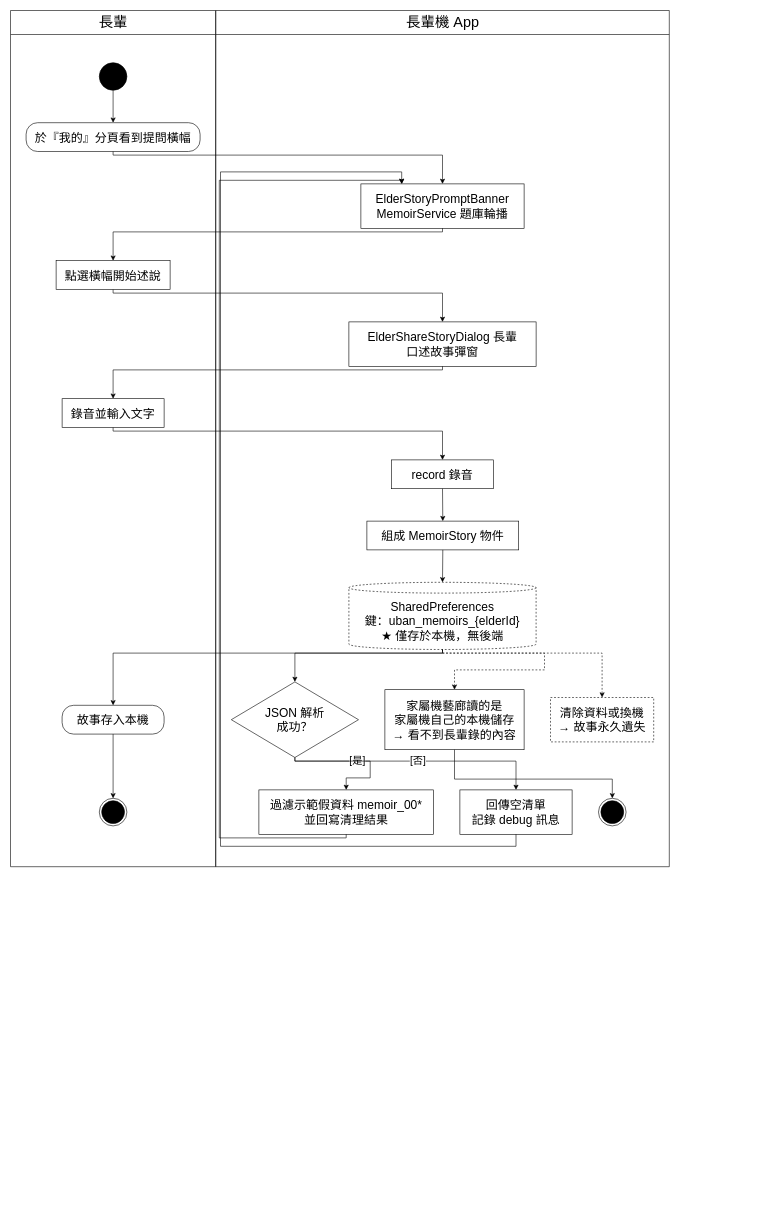
Above: Uban System Documents/drawio圖/A12-生命回顧（長輩）.drawio in HuangYu-Kai/Uban (draw.io), before the change. Source tidied: cells renumbered, new cells numbered last; positions are measured from the earlier drawing's top-left corner, leaving out a move shared by most shapes. Both pictures are drawn from the tidied source at 60%, with x=0, y=0 at pixel (10, 10).
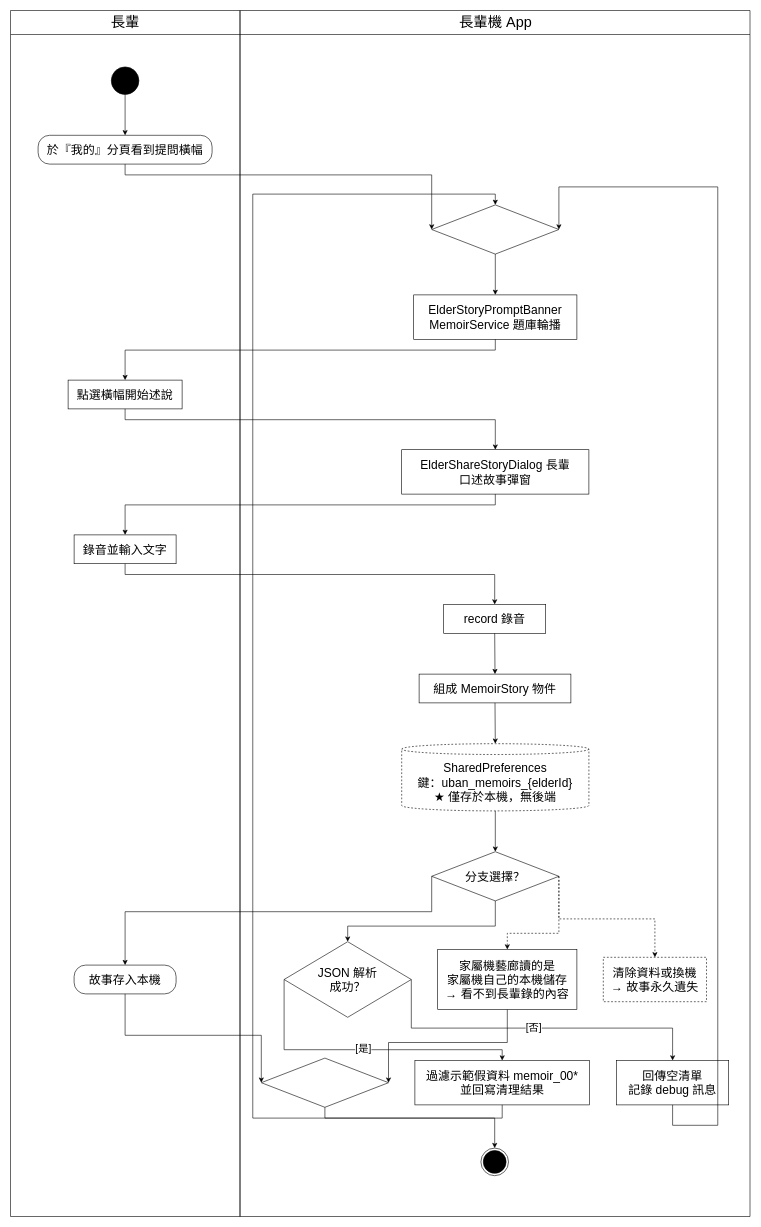
After the change.

The edit, as a diff of the source:
```diff
@@
     <mxCell id="2" value="長輩" style="swimlane;html=1;horizontal=1;startSize=40;fillColor=none;strokeColor=#000000;fontSize=24;fontColor=#000000;fontStyle=0;swimlaneFillColor=none;" parent="1" vertex="1">
-      <mxGeometry width="342" height="1427" as="geometry" />
+      <mxGeometry width="382.5" height="2010" as="geometry" />
     </mxCell>
     <mxCell id="3" value="長輩機 App" style="swimlane;html=1;horizontal=1;startSize=40;fillColor=none;strokeColor=#000000;fontSize=24;fontColor=#000000;fontStyle=0;swimlaneFillColor=none;" parent="1" vertex="1">
-      <mxGeometry x="342" width="756" height="1427" as="geometry" />
+      <mxGeometry x="382.5" width="850" height="2010" as="geometry" />
     </mxCell>
     <mxCell id="4" style="ellipse;html=1;fillColor=#000000;strokeColor=#000000;" parent="2" vertex="1">
-      <mxGeometry x="148" y="87" width="46" height="46" as="geometry" />
+      <mxGeometry x="168" y="94" width="46" height="46" as="geometry" />
     </mxCell>
     <mxCell id="5" value="於『我的』分頁看到提問橫幅" style="rounded=1;arcSize=40;whiteSpace=wrap;html=1;fillColor=#FFFFFF;strokeColor=#000000;fontSize=20;fontColor=#000000;" parent="2" vertex="1">
-      <mxGeometry x="26" y="187" width="290" height="48" as="geometry" />
+      <mxGeometry x="46" y="208" width="290" height="48" as="geometry" />
     </mxCell>
     <mxCell id="6" value="點選橫幅開始述說" style="rounded=0;whiteSpace=wrap;html=1;fillColor=#FFFFFF;strokeColor=#000000;fontSize=20;fontColor=#000000;" parent="2" vertex="1">
-      <mxGeometry x="76" y="417" width="190" height="48" as="geometry" />
+      <mxGeometry x="96" y="616" width="190" height="48" as="geometry" />
     </mxCell>
     <mxCell id="7" value="錄音並輸入文字" style="rounded=0;whiteSpace=wrap;html=1;fillColor=#FFFFFF;strokeColor=#000000;fontSize=20;fontColor=#000000;" parent="2" vertex="1">
-      <mxGeometry x="86" y="647" width="170" height="48" as="geometry" />
+      <mxGeometry x="106" y="874" width="170" height="48" as="geometry" />
     </mxCell>
     <mxCell id="8" value="故事存入本機" style="rounded=1;arcSize=40;whiteSpace=wrap;html=1;fillColor=#FFFFFF;strokeColor=#000000;fontSize=20;fontColor=#000000;" parent="2" vertex="1">
-      <mxGeometry x="86" y="1158" width="170" height="48" as="geometry" />
+      <mxGeometry x="106" y="1591" width="170" height="48" as="geometry" />
     </mxCell>
-    <mxCell id="9" style="ellipse;html=1;shape=endState;fillColor=#000000;strokeColor=#000000;" parent="2" vertex="1">
-      <mxGeometry x="148" y="1313" width="46" height="46" as="geometry" />
-    </mxCell>
     <mxCell id="10" value="ElderStoryPromptBanner&lt;br&gt;MemoirService 題庫輪播" style="rounded=0;whiteSpace=wrap;html=1;fillColor=#FFFFFF;strokeColor=#000000;fontSize=20;fontColor=#000000;" parent="3" vertex="1">
-      <mxGeometry x="242" y="289" width="272" height="74" as="geometry" />
+      <mxGeometry x="289.5" y="474" width="272" height="74" as="geometry" />
     </mxCell>
     <mxCell id="11" value="ElderShareStoryDialog 長輩&lt;br&gt;口述故事彈窗" style="rounded=0;whiteSpace=wrap;html=1;fillColor=#FFFFFF;strokeColor=#000000;fontSize=20;fontColor=#000000;" parent="3" vertex="1">
-      <mxGeometry x="222" y="519" width="312" height="74" as="geometry" />
+      <mxGeometry x="269.5" y="732" width="312" height="74" as="geometry" />
     </mxCell>
     <mxCell id="12" value="record 錄音" style="rounded=0;whiteSpace=wrap;html=1;fillColor=#FFFFFF;strokeColor=#000000;fontSize=20;fontColor=#000000;" parent="3" vertex="1">
-      <mxGeometry x="293" y="749" width="170" height="48" as="geometry" />
+      <mxGeometry x="339.5" y="990" width="170" height="48" as="geometry" />
     </mxCell>
     <mxCell id="13" value="組成 MemoirStory 物件" style="rounded=0;whiteSpace=wrap;html=1;fillColor=#FFFFFF;strokeColor=#000000;fontSize=20;fontColor=#000000;" parent="3" vertex="1">
-      <mxGeometry x="252" y="851" width="253" height="48" as="geometry" />
+      <mxGeometry x="298.5" y="1106" width="253" height="48" as="geometry" />
     </mxCell>
     <mxCell id="14" value="過濾示範假資料 memoir_00*&lt;br&gt;並回寫清理結果" style="rounded=0;whiteSpace=wrap;html=1;fillColor=#FFFFFF;strokeColor=#000000;fontSize=20;fontColor=#000000;" parent="3" vertex="1">
-      <mxGeometry x="72" y="1299" width="291" height="74" as="geometry" />
+      <mxGeometry x="291.5" y="1750" width="291" height="74" as="geometry" />
     </mxCell>
     <mxCell id="15" value="JSON 解析&lt;br&gt;成功？" style="rhombus;whiteSpace=wrap;html=1;fillColor=#FFFFFF;strokeColor=#000000;fontSize=20;fontColor=#000000;" parent="3" vertex="1">
-      <mxGeometry x="26" y="1119" width="212" height="126" as="geometry" />
+      <mxGeometry x="73.5" y="1552" width="212" height="126" as="geometry" />
     </mxCell>
     <mxCell id="16" value="回傳空清單&lt;br&gt;記錄 debug 訊息" style="rounded=0;whiteSpace=wrap;html=1;fillColor=#FFFFFF;strokeColor=#000000;fontSize=20;fontColor=#000000;" parent="3" vertex="1">
-      <mxGeometry x="407" y="1299" width="187" height="74" as="geometry" />
+      <mxGeometry x="627.5" y="1750" width="187" height="74" as="geometry" />
     </mxCell>
     <mxCell id="17" value="SharedPreferences&lt;br&gt;鍵：uban_memoirs_{elderId}&lt;br&gt;★ 僅存於本機，無後端" style="shape=cylinder3;boundedLbl=1;backgroundOutline=1;size=9;whiteSpace=wrap;html=1;fillColor=#FFFFFF;strokeColor=#000000;fontSize=20;fontColor=#000000;dashed=1;" parent="3" vertex="1">
-      <mxGeometry x="222" y="953" width="312" height="112" as="geometry" />
+      <mxGeometry x="269.5" y="1222" width="312" height="112" as="geometry" />
     </mxCell>
     <mxCell id="18" value="家屬機藝廊讀的是&lt;br&gt;家屬機自己的本機儲存&lt;br&gt;→ 看不到長輩錄的內容" style="rounded=0;whiteSpace=wrap;html=1;fillColor=#FFFFFF;strokeColor=#000000;fontSize=20;fontColor=#000000;" parent="3" vertex="1">
-      <mxGeometry x="282" y="1132" width="232" height="100" as="geometry" />
+      <mxGeometry x="329.5" y="1565" width="232" height="100" as="geometry" />
     </mxCell>
-    <mxCell id="19" style="ellipse;html=1;shape=endState;fillColor=#000000;strokeColor=#000000;" parent="3" vertex="1">
-      <mxGeometry x="638" y="1313" width="46" height="46" as="geometry" />
-    </mxCell>
     <mxCell id="20" value="清除資料或換機&lt;br&gt;→ 故事永久遺失" style="rounded=0;whiteSpace=wrap;html=1;fillColor=#FFFFFF;strokeColor=#000000;fontSize=20;fontColor=#000000;dashed=1;" parent="3" vertex="1">
-      <mxGeometry x="558" y="1145" width="172" height="74" as="geometry" />
+      <mxGeometry x="605.5" y="1578" width="172" height="74" as="geometry" />
     </mxCell>
+    <mxCell id="39" value="分支選擇？" style="rhombus;whiteSpace=wrap;html=1;fillColor=#FFFFFF;strokeColor=#000000;fontSize=20;fontColor=#000000;" parent="3" vertex="1">
+      <mxGeometry x="319.5" y="1402" width="212" height="82" as="geometry" />
+    </mxCell>
+    <mxCell id="40" style="rhombus;whiteSpace=wrap;html=1;fillColor=#FFFFFF;strokeColor=#000000;fontSize=20;fontColor=#000000;" parent="3" vertex="1">
+      <mxGeometry x="319.5" y="324" width="212" height="82" as="geometry" />
+    </mxCell>
+    <mxCell id="41" style="rhombus;whiteSpace=wrap;html=1;fillColor=#FFFFFF;strokeColor=#000000;fontSize=20;fontColor=#000000;" parent="3" vertex="1">
+      <mxGeometry x="35.5" y="1746" width="212" height="82" as="geometry" />
+    </mxCell>
+    <mxCell id="42" style="ellipse;html=1;shape=endState;fillColor=#000000;strokeColor=#000000;" parent="3" vertex="1">
+      <mxGeometry x="401.5" y="1896" width="46" height="46" as="geometry" />
+    </mxCell>
@@
-    <mxCell id="22" style="edgeStyle=none;rounded=0;html=1;strokeColor=#000000;fontSize=17;fontColor=#000000;labelBackgroundColor=#FFFFFF;endArrow=classic;endFill=1;exitPerimeter=0;entryPerimeter=0;exitX=0.5;exitY=1;exitDx=0;exitDy=0;entryX=0.5;entryY=0;entryDx=0;entryDy=0;" parent="1" edge="1" source="5" target="10">
+    <mxCell id="22" style="edgeStyle=none;rounded=0;html=1;strokeColor=#000000;fontSize=17;fontColor=#000000;labelBackgroundColor=#FFFFFF;endArrow=classic;endFill=1;exitPerimeter=0;entryPerimeter=0;exitX=0.5;exitY=1;exitDx=0;exitDy=0;entryX=0;entryY=0.5;entryDx=0;entryDy=0;" parent="1" edge="1" source="5" target="40">
       <mxGeometry relative="1" as="geometry">
         <Array as="points">
-          <mxPoint x="171" y="241" />
-          <mxPoint x="720" y="241" />
+          <mxPoint x="191" y="274" />
+          <mxPoint x="702" y="274" />
         </Array>
       </mxGeometry>
     </mxCell>
     <mxCell id="23" style="edgeStyle=none;rounded=0;html=1;strokeColor=#000000;fontSize=17;fontColor=#000000;labelBackgroundColor=#FFFFFF;endArrow=classic;endFill=1;exitPerimeter=0;entryPerimeter=0;exitX=0.5;exitY=1;exitDx=0;exitDy=0;entryX=0.5;entryY=0;entryDx=0;entryDy=0;" parent="1" edge="1" source="10" target="6">
       <mxGeometry relative="1" as="geometry">
         <Array as="points">
-          <mxPoint x="720" y="369" />
-          <mxPoint x="171" y="369" />
+          <mxPoint x="808" y="566" />
+          <mxPoint x="191" y="566" />
         </Array>
       </mxGeometry>
     </mxCell>
     <mxCell id="24" style="edgeStyle=none;rounded=0;html=1;strokeColor=#000000;fontSize=17;fontColor=#000000;labelBackgroundColor=#FFFFFF;endArrow=classic;endFill=1;exitPerimeter=0;entryPerimeter=0;exitX=0.5;exitY=1;exitDx=0;exitDy=0;entryX=0.5;entryY=0;entryDx=0;entryDy=0;" parent="1" edge="1" source="6" target="11">
       <mxGeometry relative="1" as="geometry">
         <Array as="points">
-          <mxPoint x="171" y="471" />
-          <mxPoint x="720" y="471" />
+          <mxPoint x="191" y="682" />
+          <mxPoint x="808" y="682" />
         </Array>
       </mxGeometry>
     </mxCell>
     <mxCell id="25" style="edgeStyle=none;rounded=0;html=1;strokeColor=#000000;fontSize=17;fontColor=#000000;labelBackgroundColor=#FFFFFF;endArrow=classic;endFill=1;exitPerimeter=0;entryPerimeter=0;exitX=0.5;exitY=1;exitDx=0;exitDy=0;entryX=0.5;entryY=0;entryDx=0;entryDy=0;" parent="1" edge="1" source="11" target="7">
       <mxGeometry relative="1" as="geometry">
         <Array as="points">
-          <mxPoint x="720" y="599" />
-          <mxPoint x="171" y="599" />
+          <mxPoint x="808" y="824" />
+          <mxPoint x="191" y="824" />
         </Array>
       </mxGeometry>
     </mxCell>
     <mxCell id="26" style="edgeStyle=none;rounded=0;html=1;strokeColor=#000000;fontSize=17;fontColor=#000000;labelBackgroundColor=#FFFFFF;endArrow=classic;endFill=1;exitPerimeter=0;entryPerimeter=0;exitX=0.5;exitY=1;exitDx=0;exitDy=0;entryX=0.5;entryY=0;entryDx=0;entryDy=0;" parent="1" edge="1" source="7" target="12">
       <mxGeometry relative="1" as="geometry">
         <Array as="points">
-          <mxPoint x="171" y="701" />
-          <mxPoint x="720" y="701" />
+          <mxPoint x="191" y="940" />
+          <mxPoint x="807" y="940" />
         </Array>
       </mxGeometry>
     </mxCell>
@@
-    <mxCell id="29" style="edgeStyle=none;rounded=0;html=1;strokeColor=#000000;fontSize=17;fontColor=#000000;labelBackgroundColor=#FFFFFF;endArrow=classic;endFill=1;exitPerimeter=0;entryPerimeter=0;exitX=0.5;exitY=1;exitDx=0;exitDy=0;entryX=0.5;entryY=0;entryDx=0;entryDy=0;" parent="1" edge="1" source="17" target="8">
+    <mxCell id="29" style="edgeStyle=none;rounded=0;html=1;strokeColor=#000000;fontSize=17;fontColor=#000000;labelBackgroundColor=#FFFFFF;endArrow=classic;endFill=1;exitPerimeter=0;entryPerimeter=0;exitX=0;exitY=0.5;exitDx=0;exitDy=0;entryX=0.5;entryY=0;entryDx=0;entryDy=0;" parent="1" edge="1" source="39" target="8">
       <mxGeometry relative="1" as="geometry">
         <Array as="points">
-          <mxPoint x="720" y="1071" />
-          <mxPoint x="171" y="1071" />
+          <mxPoint x="702" y="1502" />
+          <mxPoint x="191" y="1502" />
         </Array>
       </mxGeometry>
     </mxCell>
-    <mxCell id="30" style="edgeStyle=none;rounded=0;html=1;strokeColor=#000000;fontSize=17;fontColor=#000000;labelBackgroundColor=#FFFFFF;endArrow=classic;endFill=1;exitPerimeter=0;entryPerimeter=0;exitX=0.5;exitY=1;exitDx=0;exitDy=0;entryX=0.5;entryY=0;entryDx=0;entryDy=0;" parent="1" edge="1" source="17" target="15">
+    <mxCell id="30" style="edgeStyle=none;rounded=0;html=1;strokeColor=#000000;fontSize=17;fontColor=#000000;labelBackgroundColor=#FFFFFF;endArrow=classic;endFill=1;exitPerimeter=0;entryPerimeter=0;exitX=0.5;exitY=1;exitDx=0;exitDy=0;entryX=0.5;entryY=0;entryDx=0;entryDy=0;" parent="1" edge="1" source="39" target="15">
       <mxGeometry relative="1" as="geometry">
         <Array as="points">
-          <mxPoint x="720" y="1071" />
-          <mxPoint x="474" y="1071" />
+          <mxPoint x="808" y="1526" />
+          <mxPoint x="562" y="1526" />
         </Array>
       </mxGeometry>
     </mxCell>
-    <mxCell id="31" value="[是]" style="edgeStyle=none;rounded=0;html=1;strokeColor=#000000;fontSize=17;fontColor=#000000;labelBackgroundColor=#FFFFFF;endArrow=classic;endFill=1;exitPerimeter=0;entryPerimeter=0;exitX=0.5;exitY=1;exitDx=0;exitDy=0;entryX=0.5;entryY=0;entryDx=0;entryDy=0;" parent="1" edge="1" source="15" target="14">
+    <mxCell id="31" value="[是]" style="edgeStyle=none;rounded=0;html=1;strokeColor=#000000;fontSize=17;fontColor=#000000;labelBackgroundColor=#FFFFFF;endArrow=classic;endFill=1;exitPerimeter=0;entryPerimeter=0;exitX=0;exitY=0.5;exitDx=0;exitDy=0;entryX=0.5;entryY=0;entryDx=0;entryDy=0;" parent="1" edge="1" source="15" target="14">
       <mxGeometry relative="1" as="geometry">
         <Array as="points">
-          <mxPoint x="474" y="1251" />
-          <mxPoint x="599.5" y="1251" />
-          <mxPoint x="599.5" y="1279" />
-          <mxPoint x="559.5" y="1279" />
+          <mxPoint x="456" y="1732" />
+          <mxPoint x="819.5" y="1732" />
         </Array>
       </mxGeometry>
     </mxCell>
-    <mxCell id="32" style="edgeStyle=none;rounded=0;html=1;strokeColor=#000000;fontSize=17;fontColor=#000000;labelBackgroundColor=#FFFFFF;endArrow=classic;endFill=1;exitPerimeter=0;entryPerimeter=0;exitX=0.5;exitY=1;exitDx=0;exitDy=0;entryX=0.25;entryY=0;entryDx=0;entryDy=0;" parent="1" edge="1" source="14" target="10">
+    <mxCell id="32" style="edgeStyle=none;rounded=0;html=1;strokeColor=#000000;fontSize=17;fontColor=#000000;labelBackgroundColor=#FFFFFF;endArrow=classic;endFill=1;exitPerimeter=0;entryPerimeter=0;exitX=0.5;exitY=1;exitDx=0;exitDy=0;entryX=0.5;entryY=0;entryDx=0;entryDy=0;" parent="1" edge="1" source="14" target="40">
       <mxGeometry relative="1" as="geometry">
         <Array as="points">
-          <mxPoint x="559.5" y="1379" />
-          <mxPoint x="348" y="1379" />
-          <mxPoint x="348" y="283" />
-          <mxPoint x="652" y="283" />
+          <mxPoint x="819.5" y="1846" />
+          <mxPoint x="403.8" y="1846" />
+          <mxPoint x="403.8" y="306" />
+          <mxPoint x="808" y="306" />
         </Array>
       </mxGeometry>
     </mxCell>
-    <mxCell id="33" value="[否]" style="edgeStyle=none;rounded=0;html=1;strokeColor=#000000;fontSize=17;fontColor=#000000;labelBackgroundColor=#FFFFFF;endArrow=classic;endFill=1;exitPerimeter=0;entryPerimeter=0;exitX=0.5;exitY=1;exitDx=0;exitDy=0;entryX=0.5;entryY=0;entryDx=0;entryDy=0;" parent="1" edge="1" source="15" target="16">
+    <mxCell id="33" value="[否]" style="edgeStyle=none;rounded=0;html=1;strokeColor=#000000;fontSize=17;fontColor=#000000;labelBackgroundColor=#FFFFFF;endArrow=classic;endFill=1;exitPerimeter=0;entryPerimeter=0;exitX=1;exitY=0.5;exitDx=0;exitDy=0;entryX=0.5;entryY=0;entryDx=0;entryDy=0;" parent="1" edge="1" source="15" target="16">
       <mxGeometry relative="1" as="geometry">
         <Array as="points">
-          <mxPoint x="474" y="1251" />
-          <mxPoint x="842.5" y="1251" />
+          <mxPoint x="668" y="1696" />
+          <mxPoint x="1103.5" y="1696" />
         </Array>
       </mxGeometry>
     </mxCell>
-    <mxCell id="34" style="edgeStyle=none;rounded=0;html=1;strokeColor=#000000;fontSize=17;fontColor=#000000;labelBackgroundColor=#FFFFFF;endArrow=classic;endFill=1;exitPerimeter=0;entryPerimeter=0;exitX=0.5;exitY=1;exitDx=0;exitDy=0;entryX=0.25;entryY=0;entryDx=0;entryDy=0;" parent="1" edge="1" source="16" target="10">
+    <mxCell id="34" style="edgeStyle=none;rounded=0;html=1;strokeColor=#000000;fontSize=17;fontColor=#000000;labelBackgroundColor=#FFFFFF;endArrow=classic;endFill=1;exitPerimeter=0;entryPerimeter=0;exitX=0.5;exitY=1;exitDx=0;exitDy=0;entryX=1;entryY=0.5;entryDx=0;entryDy=0;" parent="1" edge="1" source="16" target="40">
       <mxGeometry relative="1" as="geometry">
         <Array as="points">
-          <mxPoint x="842.5" y="1393" />
-          <mxPoint x="350" y="1393" />
-          <mxPoint x="350" y="269" />
-          <mxPoint x="652" y="269" />
+          <mxPoint x="1103.5" y="1858" />
+          <mxPoint x="1178.8" y="1858" />
+          <mxPoint x="1178.8" y="294" />
+          <mxPoint x="914" y="294" />
         </Array>
       </mxGeometry>
     </mxCell>
-    <mxCell id="35" style="edgeStyle=none;rounded=0;html=1;strokeColor=#000000;fontSize=17;fontColor=#000000;labelBackgroundColor=#FFFFFF;endArrow=classic;endFill=1;exitPerimeter=0;entryPerimeter=0;dashed=1;exitX=0.5;exitY=1;exitDx=0;exitDy=0;entryX=0.5;entryY=0;entryDx=0;entryDy=0;" parent="1" edge="1" source="17" target="18">
+    <mxCell id="35" style="edgeStyle=none;rounded=0;html=1;strokeColor=#000000;fontSize=17;fontColor=#000000;labelBackgroundColor=#FFFFFF;endArrow=classic;endFill=1;exitPerimeter=0;entryPerimeter=0;dashed=1;exitX=1;exitY=0.5;exitDx=0;exitDy=0;entryX=0.5;entryY=0;entryDx=0;entryDy=0;" parent="1" edge="1" source="39" target="18">
       <mxGeometry relative="1" as="geometry">
         <Array as="points">
-          <mxPoint x="720" y="1071" />
-          <mxPoint x="890" y="1071" />
-          <mxPoint x="890" y="1099" />
-          <mxPoint x="740" y="1099" />
+          <mxPoint x="914" y="1538" />
+          <mxPoint x="828" y="1538" />
         </Array>
       </mxGeometry>
     </mxCell>
-    <mxCell id="36" style="edgeStyle=none;rounded=0;html=1;strokeColor=#000000;fontSize=17;fontColor=#000000;labelBackgroundColor=#FFFFFF;endArrow=classic;endFill=1;exitPerimeter=0;entryPerimeter=0;dashed=1;exitX=0.5;exitY=1;exitDx=0;exitDy=0;entryX=0.5;entryY=0;entryDx=0;entryDy=0;" parent="1" edge="1" source="17" target="20">
+    <mxCell id="36" style="edgeStyle=none;rounded=0;html=1;strokeColor=#000000;fontSize=17;fontColor=#000000;labelBackgroundColor=#FFFFFF;endArrow=classic;endFill=1;exitPerimeter=0;entryPerimeter=0;dashed=1;exitX=1;exitY=0.5;exitDx=0;exitDy=0;entryX=0.5;entryY=0;entryDx=0;entryDy=0;" parent="1" edge="1" source="39" target="20">
       <mxGeometry relative="1" as="geometry">
         <Array as="points">
-          <mxPoint x="720" y="1071" />
-          <mxPoint x="986" y="1071" />
+          <mxPoint x="914" y="1514" />
+          <mxPoint x="1074" y="1514" />
         </Array>
       </mxGeometry>
     </mxCell>
-    <mxCell id="37" style="edgeStyle=none;rounded=0;html=1;strokeColor=#000000;fontSize=17;fontColor=#000000;labelBackgroundColor=#FFFFFF;endArrow=classic;endFill=1;exitPerimeter=0;entryPerimeter=0;exitX=0.5;exitY=1;exitDx=0;exitDy=0;entryX=0.5;entryY=0;entryDx=0;entryDy=0;" parent="1" edge="1" source="8" target="9">
-      <mxGeometry relative="1" as="geometry" />
+    <mxCell id="37" style="edgeStyle=none;rounded=0;html=1;strokeColor=#000000;fontSize=17;fontColor=#000000;labelBackgroundColor=#FFFFFF;endArrow=classic;endFill=1;exitPerimeter=0;entryPerimeter=0;exitX=0.5;exitY=1;exitDx=0;exitDy=0;entryX=0;entryY=0.5;entryDx=0;entryDy=0;" parent="1" edge="1" source="8" target="41">
+      <mxGeometry relative="1" as="geometry">
+        <Array as="points">
+          <mxPoint x="191" y="1708" />
+          <mxPoint x="418" y="1708" />
+        </Array>
+      </mxGeometry>
     </mxCell>
-    <mxCell id="38" style="edgeStyle=none;rounded=0;html=1;strokeColor=#000000;fontSize=17;fontColor=#000000;labelBackgroundColor=#FFFFFF;endArrow=classic;endFill=1;exitPerimeter=0;entryPerimeter=0;exitX=0.5;exitY=1;exitDx=0;exitDy=0;entryX=0.5;entryY=0;entryDx=0;entryDy=0;" parent="1" edge="1" source="18" target="19">
+    <mxCell id="38" style="edgeStyle=none;rounded=0;html=1;strokeColor=#000000;fontSize=17;fontColor=#000000;labelBackgroundColor=#FFFFFF;endArrow=classic;endFill=1;exitPerimeter=0;entryPerimeter=0;exitX=0.5;exitY=1;exitDx=0;exitDy=0;entryX=1;entryY=0.5;entryDx=0;entryDy=0;" parent="1" edge="1" source="18" target="41">
       <mxGeometry relative="1" as="geometry">
         <Array as="points">
-          <mxPoint x="740" y="1281" />
-          <mxPoint x="1003" y="1281" />
+          <mxPoint x="828" y="1720" />
+          <mxPoint x="630" y="1720" />
         </Array>
       </mxGeometry>
     </mxCell>
+    <mxCell id="43" style="edgeStyle=none;rounded=0;html=1;strokeColor=#000000;fontSize=17;fontColor=#000000;labelBackgroundColor=#FFFFFF;endArrow=classic;endFill=1;exitPerimeter=0;entryPerimeter=0;exitX=0.5;exitY=1;exitDx=0;exitDy=0;entryX=0.5;entryY=0;entryDx=0;entryDy=0;" parent="1" edge="1" source="17" target="39">
+      <mxGeometry relative="1" as="geometry" />
+    </mxCell>
+    <mxCell id="44" style="edgeStyle=none;rounded=0;html=1;strokeColor=#000000;fontSize=17;fontColor=#000000;labelBackgroundColor=#FFFFFF;endArrow=classic;endFill=1;exitPerimeter=0;entryPerimeter=0;exitX=0.5;exitY=1;exitDx=0;exitDy=0;entryX=0.5;entryY=0;entryDx=0;entryDy=0;" parent="1" edge="1" source="40" target="10">
+      <mxGeometry relative="1" as="geometry" />
+    </mxCell>
+    <mxCell id="45" style="edgeStyle=none;rounded=0;html=1;strokeColor=#000000;fontSize=17;fontColor=#000000;labelBackgroundColor=#FFFFFF;endArrow=classic;endFill=1;exitPerimeter=0;entryPerimeter=0;exitX=0.5;exitY=1;exitDx=0;exitDy=0;entryX=0.5;entryY=0;entryDx=0;entryDy=0;" parent="1" edge="1" source="41" target="42">
+      <mxGeometry relative="1" as="geometry">
+        <Array as="points">
+          <mxPoint x="524" y="1846" />
+          <mxPoint x="807" y="1846" />
+        </Array>
+      </mxGeometry>
+    </mxCell>
```
